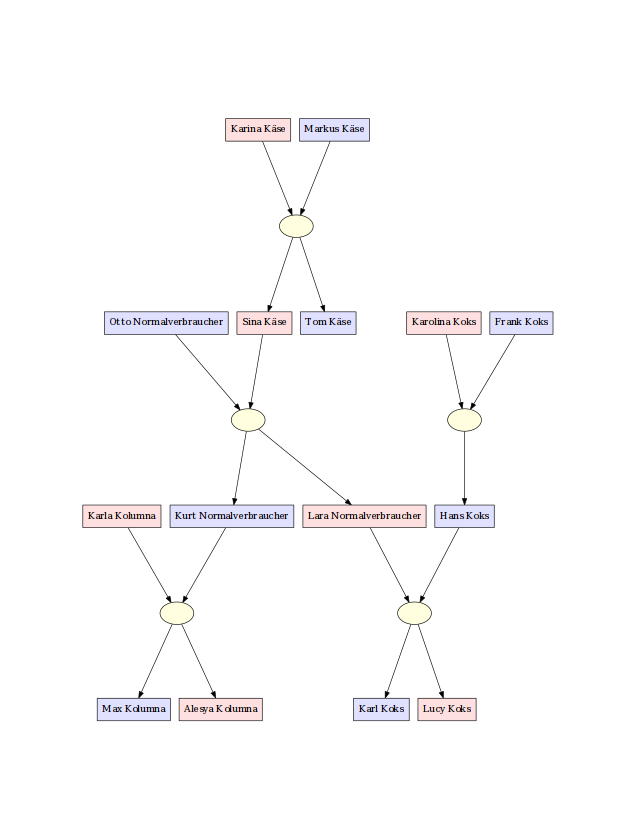
BlurryRoots/schlaeue keeps this Graphviz diagram as doc/pedigree.png. Above is the earlier version. Its source is kept beside it as doc/pedigree.gv.
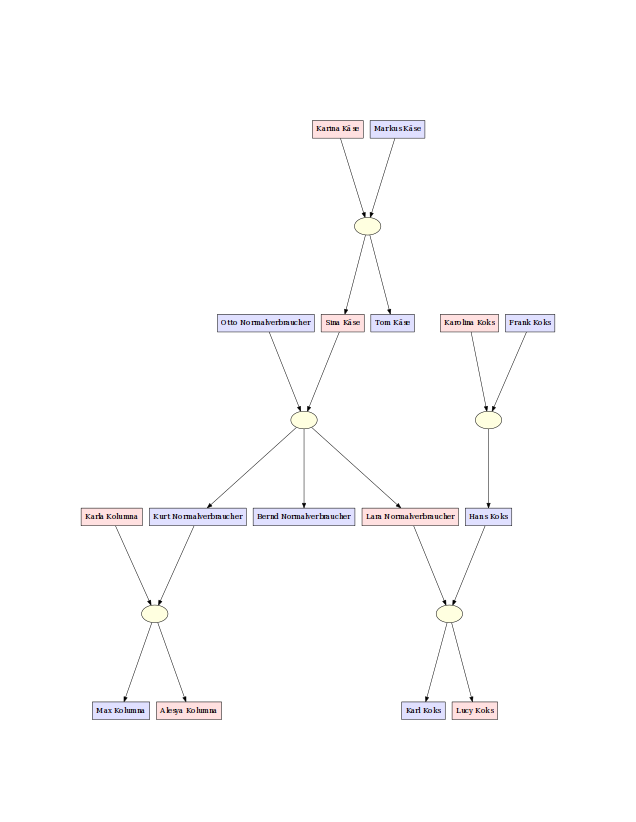
The same diagram one commit later.

What changed in the source:
```diff
@@ -71,6 +71,7 @@
   I0009 [ shape="box" fillcolor="#ffe0e0" style="solid,filled" label="Lucy Koks" ];
   I0010 [ shape="box" fillcolor="#ffe0e0" style="solid,filled" label="Karla Kolumna" ];
   I0012 [ shape="box" fillcolor="#ffe0e0" style="solid,filled" label="Alesya Kolumna" ];
+  I0016 [ shape="box" fillcolor="#e0e0ff" style="solid,filled" label="Bernd Normalverbraucher" ];
   F0000 -> I0003 [ style=solid arrowhead=normal arrowtail=none dir=both ];
   F0001 -> I0005 [ style=solid arrowhead=normal arrowtail=none dir=both ];
   F0001 -> I0006 [ style=solid arrowhead=normal arrowtail=none dir=both ];
@@ -80,4 +81,5 @@
   F0000 -> I0002 [ style=solid arrowhead=normal arrowtail=none dir=both ];
   F0002 -> I0009 [ style=solid arrowhead=normal arrowtail=none dir=both ];
   F0003 -> I0012 [ style=solid arrowhead=normal arrowtail=none dir=both ];
+  F0001 -> I0016 [ style=solid arrowhead=normal arrowtail=none dir=both ];
 }
```
